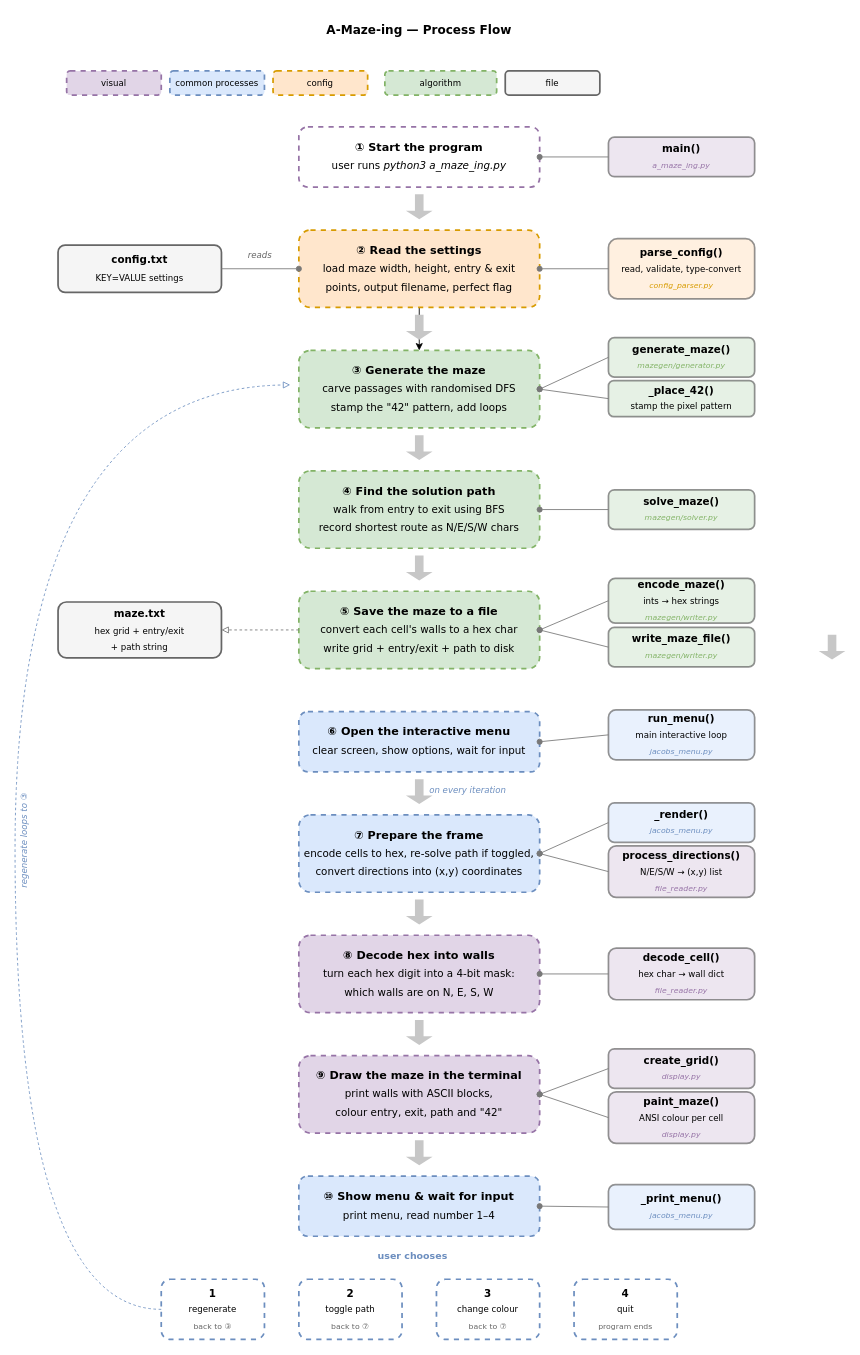
CarelessSquirrel/a-maze-ing keeps this draw.io diagram as notes/a_maze_ing_diagram.drawio. Above is the earlier version. Source tidied: cells renumbered, new cells numbered last; positions are measured from the earlier drawing's top-left corner, leaving out a move shared by most shapes. Both pictures are drawn from the tidied source at 86%, with x=0, y=0 at pixel (-37, 15).
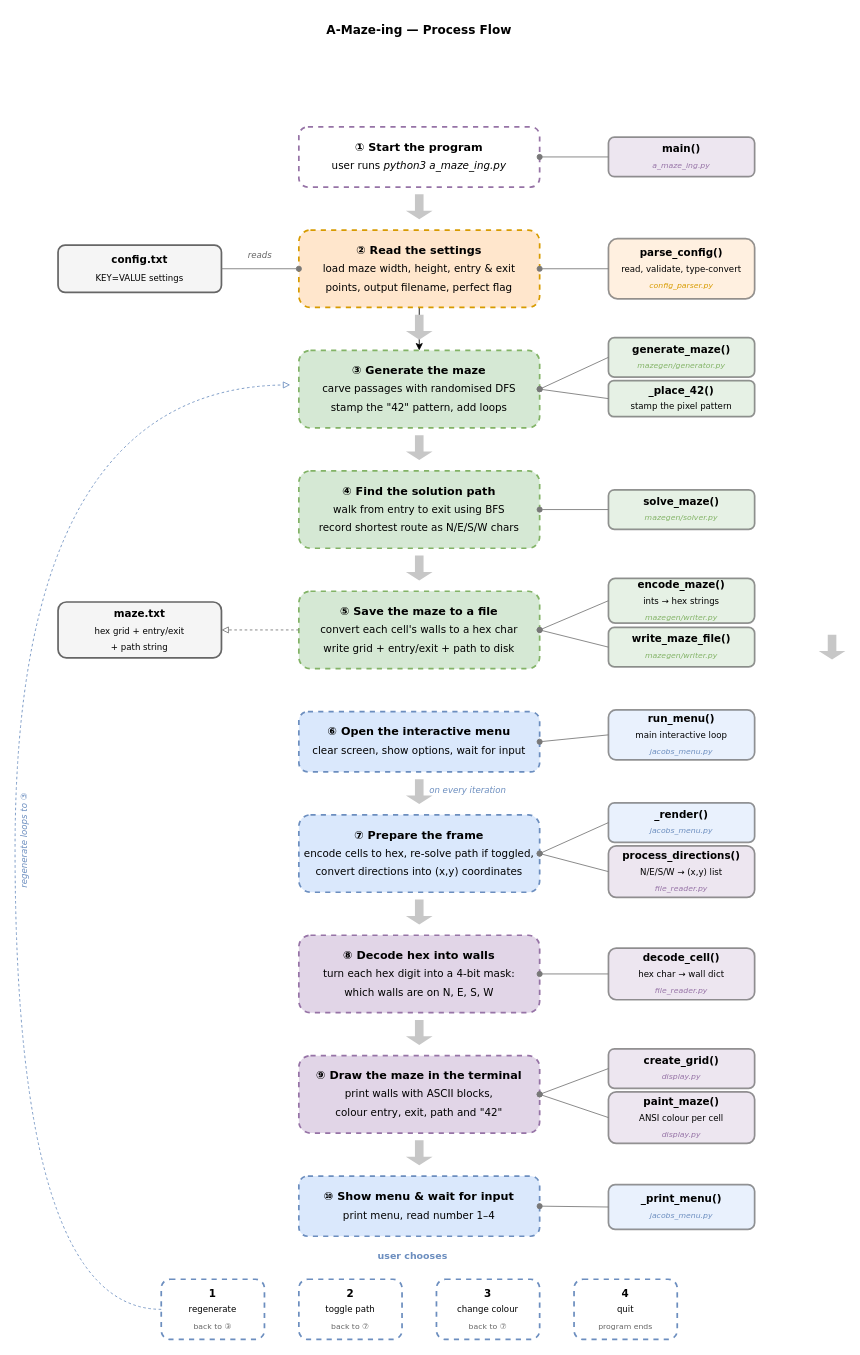
The same diagram, later.

Commit message (it also covers changes not shown here):
adding another diagram option

What changed in the source:
```diff
@@
-    <mxCell id="3" value="&lt;font face=&quot;Verdana&quot; style=&quot;font-size: 10px;&quot;&gt;visual&lt;/font&gt;" style="rounded=1;whiteSpace=wrap;html=1;fillColor=#e1d5e7;strokeColor=#9673a6;strokeWidth=2;dashed=1;" parent="1" vertex="1">
-      <mxGeometry x="120" y="65" width="110" height="28" as="geometry" />
-    </mxCell>
-    <mxCell id="4" value="&lt;font face=&quot;Verdana&quot; style=&quot;font-size: 10px;&quot;&gt;common processes&lt;/font&gt;" style="rounded=1;whiteSpace=wrap;html=1;fillColor=#dae8fc;strokeColor=#6c8ebf;strokeWidth=2;dashed=1;" parent="1" vertex="1">
-      <mxGeometry x="240" y="65" width="110" height="28" as="geometry" />
-    </mxCell>
-    <mxCell id="5" value="&lt;font face=&quot;Verdana&quot; style=&quot;font-size: 10px;&quot;&gt;config&lt;/font&gt;" style="rounded=1;whiteSpace=wrap;html=1;fillColor=#ffe6cc;strokeColor=#d79b00;strokeWidth=2;dashed=1;" parent="1" vertex="1">
-      <mxGeometry x="360" y="65" width="110" height="28" as="geometry" />
-    </mxCell>
-    <mxCell id="6" value="&lt;font face=&quot;Verdana&quot; style=&quot;font-size: 10px;&quot;&gt;algorithm&lt;/font&gt;" style="rounded=1;whiteSpace=wrap;html=1;fillColor=#d5e8d4;strokeColor=#82b366;strokeWidth=2;dashed=1;" parent="1" vertex="1">
-      <mxGeometry x="490" y="65" width="130" height="28" as="geometry" />
-    </mxCell>
-    <mxCell id="7" value="&lt;font face=&quot;Verdana&quot; style=&quot;font-size: 10px;&quot;&gt;file&lt;/font&gt;" style="rounded=1;whiteSpace=wrap;html=1;fillColor=#f5f5f5;strokeColor=#666666;strokeWidth=2;" parent="1" vertex="1">
-      <mxGeometry x="630" y="65" width="110" height="28" as="geometry" />
-    </mxCell>
```
